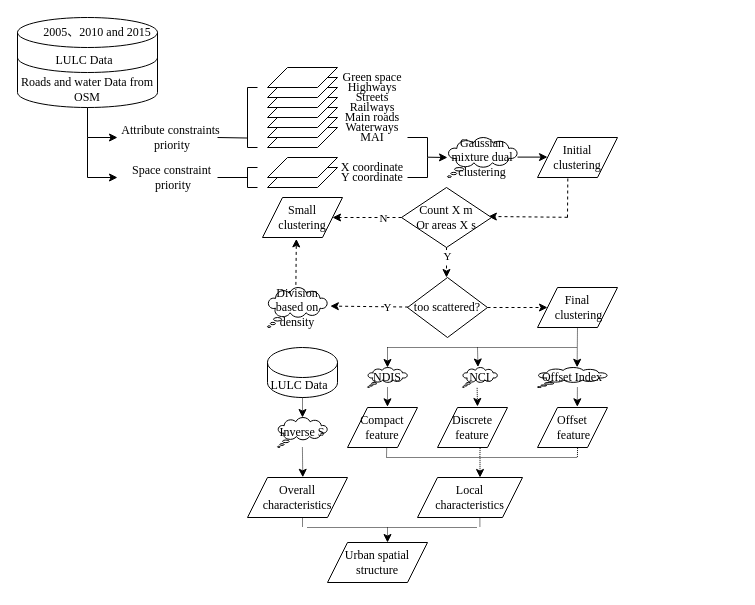
The draw.io diagram Untitled Diagram.drawio in xiaotongtongxue/flowChar, before the edit. Source tidied: cells renumbered, new cells numbered last; positions are measured from the earlier drawing's top-left corner, leaving out a move shared by most shapes. Both pictures are drawn from the tidied source at 100%, with x=0, y=0 at pixel (17, 17).
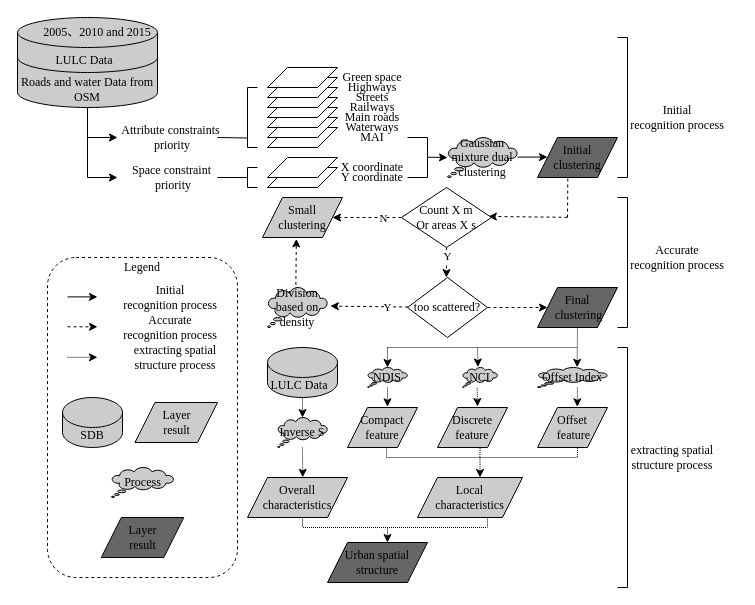
The same page after the edit.

Change to the diagram source:
```diff
@@
-    <mxCell id="2" value="LULC Data&amp;nbsp;&amp;nbsp;" style="shape=cylinder3;whiteSpace=wrap;html=1;boundedLbl=1;backgroundOutline=1;size=15;fontFamily=Times New Roman;" parent="1" vertex="1">
+    <mxCell id="2" value="LULC Data&amp;nbsp;&amp;nbsp;" style="shape=cylinder3;whiteSpace=wrap;html=1;boundedLbl=1;backgroundOutline=1;size=15;fontFamily=Times New Roman;shadow=0;fillColor=#CCCCCC;" parent="1" vertex="1">
       <mxGeometry width="140" height="60" as="geometry" />
     </mxCell>
@@
-    <mxCell id="4" value="&lt;span&gt;Roads and water Data from OSM&lt;/span&gt;" style="shape=cylinder3;whiteSpace=wrap;html=1;boundedLbl=1;backgroundOutline=1;size=15;lid=0;fontFamily=Times New Roman;" parent="1" vertex="1">
+    <mxCell id="4" value="&lt;span&gt;Roads and water Data from OSM&lt;/span&gt;" style="shape=cylinder3;whiteSpace=wrap;html=1;boundedLbl=1;backgroundOutline=1;size=15;lid=0;fontFamily=Times New Roman;fillColor=#CCCCCC;" parent="1" vertex="1">
       <mxGeometry y="40" width="140" height="50" as="geometry" />
     </mxCell>
@@
-    <mxCell id="38" value="Gaussian mixture dual clustering" style="whiteSpace=wrap;html=1;shape=mxgraph.basic.cloud_callout;strokeWidth=1;fontFamily=Times New Roman;fontColor=#000000;" parent="1" vertex="1">
+    <mxCell id="38" value="Gaussian mixture dual clustering" style="whiteSpace=wrap;html=1;shape=mxgraph.basic.cloud_callout;strokeWidth=1;fontFamily=Times New Roman;fontColor=#000000;fillColor=#CCCCCC;" parent="1" vertex="1">
       <mxGeometry x="430" y="120" width="70" height="40" as="geometry" />
     </mxCell>
@@
-    <mxCell id="40" value="Initial clustering" style="shape=parallelogram;perimeter=parallelogramPerimeter;whiteSpace=wrap;html=1;fixedSize=1;strokeWidth=1;fontFamily=Times New Roman;fontColor=#000000;" parent="1" vertex="1">
+    <mxCell id="40" value="Initial clustering" style="shape=parallelogram;perimeter=parallelogramPerimeter;whiteSpace=wrap;html=1;fixedSize=1;strokeWidth=1;fontFamily=Times New Roman;fontColor=#000000;fillColor=#666666;" parent="1" vertex="1">
       <mxGeometry x="520" y="120" width="80" height="40" as="geometry" />
     </mxCell>
@@
-    <mxCell id="46" value="Small clustering" style="shape=parallelogram;perimeter=parallelogramPerimeter;whiteSpace=wrap;html=1;fixedSize=1;strokeWidth=1;fontFamily=Times New Roman;fontColor=#000000;" parent="1" vertex="1">
+    <mxCell id="46" value="Small clustering" style="shape=parallelogram;perimeter=parallelogramPerimeter;whiteSpace=wrap;html=1;fixedSize=1;strokeWidth=1;fontFamily=Times New Roman;fontColor=#000000;fillColor=#CCCCCC;" parent="1" vertex="1">
       <mxGeometry x="245" y="180" width="80" height="40" as="geometry" />
     </mxCell>
@@
-    <mxCell id="52" value="&lt;div&gt;Division&lt;/div&gt;&lt;div&gt;based on&lt;/div&gt;&lt;div&gt;density&lt;/div&gt;" style="whiteSpace=wrap;html=1;shape=mxgraph.basic.cloud_callout;strokeWidth=1;fontFamily=Times New Roman;fontColor=#000000;" parent="1" vertex="1">
+    <mxCell id="52" value="&lt;div&gt;Division&lt;/div&gt;&lt;div&gt;based on&lt;/div&gt;&lt;div&gt;density&lt;/div&gt;" style="whiteSpace=wrap;html=1;shape=mxgraph.basic.cloud_callout;strokeWidth=1;fontFamily=Times New Roman;fontColor=#000000;fillColor=#CCCCCC;" parent="1" vertex="1">
       <mxGeometry x="250" y="270" width="60" height="40" as="geometry" />
     </mxCell>
@@
-    <mxCell id="55" value="Final&lt;br&gt;&amp;nbsp;clustering" style="shape=parallelogram;perimeter=parallelogramPerimeter;whiteSpace=wrap;html=1;fixedSize=1;strokeWidth=1;fontFamily=Times New Roman;fontColor=#000000;" parent="1" vertex="1">
+    <mxCell id="55" value="Final&lt;br&gt;&amp;nbsp;clustering" style="shape=parallelogram;perimeter=parallelogramPerimeter;whiteSpace=wrap;html=1;fixedSize=1;strokeWidth=1;fontFamily=Times New Roman;fontColor=#000000;fillColor=#666666;" parent="1" vertex="1">
       <mxGeometry x="520" y="270" width="80" height="40" as="geometry" />
     </mxCell>
-    <mxCell id="56" value="LULC Data&amp;nbsp;&amp;nbsp;" style="shape=cylinder3;whiteSpace=wrap;html=1;boundedLbl=1;backgroundOutline=1;size=15;fontFamily=Times New Roman;" parent="1" vertex="1">
+    <mxCell id="56" value="LULC Data&amp;nbsp;&amp;nbsp;" style="shape=cylinder3;whiteSpace=wrap;html=1;boundedLbl=1;backgroundOutline=1;size=15;fontFamily=Times New Roman;fillColor=#CCCCCC;" parent="1" vertex="1">
       <mxGeometry x="250" y="330" width="70" height="50" as="geometry" />
     </mxCell>
@@
-    <mxCell id="58" value="Compact feature" style="shape=parallelogram;perimeter=parallelogramPerimeter;whiteSpace=wrap;html=1;fixedSize=1;strokeWidth=1;fontFamily=Times New Roman;fontColor=#000000;" parent="1" vertex="1">
+    <mxCell id="58" value="Compact feature" style="shape=parallelogram;perimeter=parallelogramPerimeter;whiteSpace=wrap;html=1;fixedSize=1;strokeWidth=1;fontFamily=Times New Roman;fontColor=#000000;fillColor=#CCCCCC;" parent="1" vertex="1">
       <mxGeometry x="330" y="390" width="70" height="40" as="geometry" />
     </mxCell>
-    <mxCell id="59" value="Discrete &lt;br&gt;feature" style="shape=parallelogram;perimeter=parallelogramPerimeter;whiteSpace=wrap;html=1;fixedSize=1;strokeWidth=1;fontFamily=Times New Roman;fontColor=#000000;" parent="1" vertex="1">
+    <mxCell id="59" value="Discrete &lt;br&gt;feature" style="shape=parallelogram;perimeter=parallelogramPerimeter;whiteSpace=wrap;html=1;fixedSize=1;strokeWidth=1;fontFamily=Times New Roman;fontColor=#000000;fillColor=#CCCCCC;" parent="1" vertex="1">
       <mxGeometry x="420" y="390" width="70" height="40" as="geometry" />
     </mxCell>
-    <mxCell id="60" value="Offset&lt;br&gt;&amp;nbsp;feature" style="shape=parallelogram;perimeter=parallelogramPerimeter;whiteSpace=wrap;html=1;fixedSize=1;strokeWidth=1;fontFamily=Times New Roman;fontColor=#000000;" parent="1" vertex="1">
+    <mxCell id="60" value="Offset&lt;br&gt;&amp;nbsp;feature" style="shape=parallelogram;perimeter=parallelogramPerimeter;whiteSpace=wrap;html=1;fixedSize=1;strokeWidth=1;fontFamily=Times New Roman;fontColor=#000000;fillColor=#CCCCCC;" parent="1" vertex="1">
       <mxGeometry x="520" y="390" width="70" height="40" as="geometry" />
     </mxCell>
@@
-    <mxCell id="62" value="NDIS" style="whiteSpace=wrap;html=1;shape=mxgraph.basic.cloud_callout;strokeWidth=1;fontFamily=Times New Roman;fontColor=#000000;" parent="1" vertex="1">
+    <mxCell id="62" value="NDIS" style="whiteSpace=wrap;html=1;shape=mxgraph.basic.cloud_callout;strokeWidth=1;fontFamily=Times New Roman;fontColor=#000000;fillColor=#CCCCCC;" parent="1" vertex="1">
       <mxGeometry x="350" y="350" width="40" height="20" as="geometry" />
     </mxCell>
-    <mxCell id="63" value="NCI" style="whiteSpace=wrap;html=1;shape=mxgraph.basic.cloud_callout;strokeWidth=1;fontFamily=Times New Roman;fontColor=#000000;" parent="1" vertex="1">
+    <mxCell id="63" value="NCI" style="whiteSpace=wrap;html=1;shape=mxgraph.basic.cloud_callout;strokeWidth=1;fontFamily=Times New Roman;fontColor=#000000;fillColor=#CCCCCC;" parent="1" vertex="1">
       <mxGeometry x="445" y="350" width="35" height="20" as="geometry" />
     </mxCell>
-    <mxCell id="64" value="Offset Index" style="whiteSpace=wrap;html=1;shape=mxgraph.basic.cloud_callout;strokeWidth=1;fontFamily=Times New Roman;fontColor=#000000;" parent="1" vertex="1">
+    <mxCell id="64" value="Offset Index" style="whiteSpace=wrap;html=1;shape=mxgraph.basic.cloud_callout;strokeWidth=1;fontFamily=Times New Roman;fontColor=#000000;fillColor=#CCCCCC;" parent="1" vertex="1">
       <mxGeometry x="520" y="350" width="70" height="20" as="geometry" />
     </mxCell>
@@
-    <mxCell id="71" value="Inverse S" style="whiteSpace=wrap;html=1;shape=mxgraph.basic.cloud_callout;strokeWidth=1;fontFamily=Times New Roman;fontColor=#000000;" parent="1" vertex="1">
+    <mxCell id="71" value="Inverse S" style="whiteSpace=wrap;html=1;shape=mxgraph.basic.cloud_callout;strokeWidth=1;fontFamily=Times New Roman;fontColor=#000000;fillColor=#CCCCCC;" parent="1" vertex="1">
       <mxGeometry x="260" y="400" width="50" height="30" as="geometry" />
     </mxCell>
-    <mxCell id="72" value="Overall characteristics" style="shape=parallelogram;perimeter=parallelogramPerimeter;whiteSpace=wrap;html=1;fixedSize=1;strokeWidth=1;fontFamily=Times New Roman;fontColor=#000000;" parent="1" vertex="1">
+    <mxCell id="72" value="Overall characteristics" style="shape=parallelogram;perimeter=parallelogramPerimeter;whiteSpace=wrap;html=1;fixedSize=1;strokeWidth=1;fontFamily=Times New Roman;fontColor=#000000;fillColor=#CCCCCC;" parent="1" vertex="1">
       <mxGeometry x="230" y="460" width="100" height="40" as="geometry" />
     </mxCell>
-    <mxCell id="73" value="Local&lt;br&gt;characteristics" style="shape=parallelogram;perimeter=parallelogramPerimeter;whiteSpace=wrap;html=1;fixedSize=1;strokeWidth=1;fontFamily=Times New Roman;fontColor=#000000;" parent="1" vertex="1">
+    <mxCell id="73" value="Local&lt;br&gt;characteristics" style="shape=parallelogram;perimeter=parallelogramPerimeter;whiteSpace=wrap;html=1;fixedSize=1;strokeWidth=1;fontFamily=Times New Roman;fontColor=#000000;fillColor=#CCCCCC;" parent="1" vertex="1">
       <mxGeometry x="400" y="460" width="105" height="40" as="geometry" />
     </mxCell>
@@
-    <mxCell id="80" value="Urban spatial structure" style="shape=parallelogram;perimeter=parallelogramPerimeter;whiteSpace=wrap;html=1;fixedSize=1;strokeWidth=1;fontFamily=Times New Roman;fontColor=#000000;" parent="1" vertex="1">
+    <mxCell id="80" value="Urban spatial structure" style="shape=parallelogram;perimeter=parallelogramPerimeter;whiteSpace=wrap;html=1;fixedSize=1;strokeWidth=1;fontFamily=Times New Roman;fontColor=#000000;fillColor=#666666;" parent="1" vertex="1">
       <mxGeometry x="310" y="525" width="100" height="40" as="geometry" />
     </mxCell>
@@
     <mxCell id="84" style="endArrow=none;html=1;dashed=1;dashPattern=1 1;strokeWidth=1;fontFamily=Times New Roman;fontColor=#000000;" parent="1" edge="1">
       <mxGeometry relative="1" as="geometry">
-        <mxPoint x="290" y="510" as="sourcePoint" />
-        <mxPoint x="459" y="510" as="targetPoint" />
+        <mxPoint x="285.5" y="510" as="sourcePoint" />
+        <mxPoint x="470" y="510" as="targetPoint" />
       </mxGeometry>
     </mxCell>
     <mxCell id="85" style="endArrow=none;html=1;dashed=1;dashPattern=1 1;strokeWidth=1;fontFamily=Times New Roman;fontColor=#000000;" parent="1" edge="1">
       <mxGeometry relative="1" as="geometry">
-        <mxPoint x="462.4" y="500" as="sourcePoint" />
-        <mxPoint x="462.4" y="510" as="targetPoint" />
+        <mxPoint x="470" y="500" as="sourcePoint" />
+        <mxPoint x="470" y="510" as="targetPoint" />
       </mxGeometry>
     </mxCell>
+    <mxCell id="86" style="rounded=1;whiteSpace=wrap;html=1;strokeWidth=1;fontFamily=Times New Roman;fontColor=#000000;dashed=1;" parent="1" vertex="1">
+      <mxGeometry x="30" y="240" width="190" height="320" as="geometry" />
+    </mxCell>
+    <mxCell id="87" style="endArrow=classic;html=1;fontFamily=Times New Roman;dashed=1;dashPattern=1 1;" parent="1" edge="1">
+      <mxGeometry relative="1" as="geometry">
+        <mxPoint x="50" y="339.8" as="sourcePoint" />
+        <mxPoint x="80" y="339.8" as="targetPoint" />
+      </mxGeometry>
+    </mxCell>
+    <mxCell id="88" value="Initial &lt;br&gt;recognition process" style="text;html=1;strokeColor=none;fillColor=none;align=center;verticalAlign=middle;whiteSpace=wrap;rounded=0;fontFamily=Times New Roman;" parent="1" vertex="1">
+      <mxGeometry x="87.5" y="270" width="130" height="20" as="geometry" />
+    </mxCell>
+    <mxCell id="89" value="Accurate &lt;br&gt;recognition process" style="text;html=1;strokeColor=none;fillColor=none;align=center;verticalAlign=middle;whiteSpace=wrap;rounded=0;fontFamily=Times New Roman;" parent="1" vertex="1">
+      <mxGeometry x="77.5" y="300" width="150" height="20" as="geometry" />
+    </mxCell>
+    <mxCell id="90" value="extracting spatial structure process" style="text;html=1;strokeColor=none;fillColor=none;align=center;verticalAlign=middle;whiteSpace=wrap;rounded=0;fontFamily=Times New Roman;" parent="1" vertex="1">
+      <mxGeometry x="102.5" y="330" width="110" height="20" as="geometry" />
+    </mxCell>
+    <mxCell id="91" value="SDB" style="shape=cylinder3;whiteSpace=wrap;html=1;boundedLbl=1;backgroundOutline=1;size=15;fontFamily=Times New Roman;fillColor=#CCCCCC;" parent="1" vertex="1">
+      <mxGeometry x="45" y="380" width="60" height="50" as="geometry" />
+    </mxCell>
+    <mxCell id="92" value="Layer&lt;br&gt;result" style="shape=parallelogram;perimeter=parallelogramPerimeter;whiteSpace=wrap;html=1;fixedSize=1;strokeWidth=1;fontFamily=Times New Roman;fontColor=#000000;fillColor=#CCCCCC;" parent="1" vertex="1">
+      <mxGeometry x="117.5" y="385" width="82.5" height="40" as="geometry" />
+    </mxCell>
+    <mxCell id="93" value="Layer&lt;br&gt;result" style="shape=parallelogram;perimeter=parallelogramPerimeter;whiteSpace=wrap;html=1;fixedSize=1;strokeWidth=1;fontFamily=Times New Roman;fontColor=#000000;fillColor=#666666;" parent="1" vertex="1">
+      <mxGeometry x="83.8" y="500" width="82.5" height="40" as="geometry" />
+    </mxCell>
+    <mxCell id="94" value="Process" style="whiteSpace=wrap;html=1;shape=mxgraph.basic.cloud_callout;strokeWidth=1;fontFamily=Times New Roman;fontColor=#000000;fillColor=#CCCCCC;" parent="1" vertex="1">
+      <mxGeometry x="93.8" y="450" width="62.5" height="30" as="geometry" />
+    </mxCell>
+    <mxCell id="95" style="strokeWidth=1;html=1;shape=mxgraph.flowchart.annotation_1;align=left;fontFamily=Times New Roman;direction=west;" parent="1" vertex="1">
+      <mxGeometry x="600" y="20" width="10" height="140" as="geometry" />
+    </mxCell>
+    <mxCell id="96" style="strokeWidth=1;html=1;shape=mxgraph.flowchart.annotation_1;align=left;fontFamily=Times New Roman;direction=west;" parent="1" vertex="1">
+      <mxGeometry x="600" y="180" width="10" height="130" as="geometry" />
+    </mxCell>
+    <mxCell id="97" style="strokeWidth=1;html=1;shape=mxgraph.flowchart.annotation_1;align=left;fontFamily=Times New Roman;direction=west;" parent="1" vertex="1">
+      <mxGeometry x="600" y="330" width="10" height="240" as="geometry" />
+    </mxCell>
+    <mxCell id="98" value="Initial &lt;br&gt;recognition process" style="text;html=1;strokeColor=none;fillColor=none;align=center;verticalAlign=middle;whiteSpace=wrap;rounded=0;fontFamily=Times New Roman;" parent="1" vertex="1">
+      <mxGeometry x="610" y="90" width="100" height="20" as="geometry" />
+    </mxCell>
+    <mxCell id="99" value="Accurate &lt;br&gt;recognition process" style="text;html=1;strokeColor=none;fillColor=none;align=center;verticalAlign=middle;whiteSpace=wrap;rounded=0;fontFamily=Times New Roman;" parent="1" vertex="1">
+      <mxGeometry x="600" y="230" width="120" height="20" as="geometry" />
+    </mxCell>
+    <mxCell id="100" value="extracting spatial structure process" style="text;html=1;strokeColor=none;fillColor=none;align=center;verticalAlign=middle;whiteSpace=wrap;rounded=0;fontFamily=Times New Roman;" parent="1" vertex="1">
+      <mxGeometry x="600" y="430" width="110" height="20" as="geometry" />
+    </mxCell>
+    <mxCell id="101" value="Legend" style="text;html=1;strokeColor=none;fillColor=none;align=center;verticalAlign=middle;whiteSpace=wrap;rounded=0;fontFamily=Times New Roman;" parent="1" vertex="1">
+      <mxGeometry x="80" y="240" width="90" height="20" as="geometry" />
+    </mxCell>
+    <mxCell id="102" style="endArrow=classic;html=1;fontFamily=Times New Roman;" parent="1" edge="1">
+      <mxGeometry relative="1" as="geometry">
+        <mxPoint x="50" y="279.4" as="sourcePoint" />
+        <mxPoint x="80" y="279.4" as="targetPoint" />
+      </mxGeometry>
+    </mxCell>
+    <mxCell id="103" style="endArrow=classic;html=1;fontFamily=Times New Roman;dashed=1;" parent="1" edge="1">
+      <mxGeometry relative="1" as="geometry">
+        <mxPoint x="50" y="309.3" as="sourcePoint" />
+        <mxPoint x="80" y="309.3" as="targetPoint" />
+        <Array as="points">
+          <mxPoint x="50.5" y="309.3" />
+        </Array>
+      </mxGeometry>
+    </mxCell>
```
